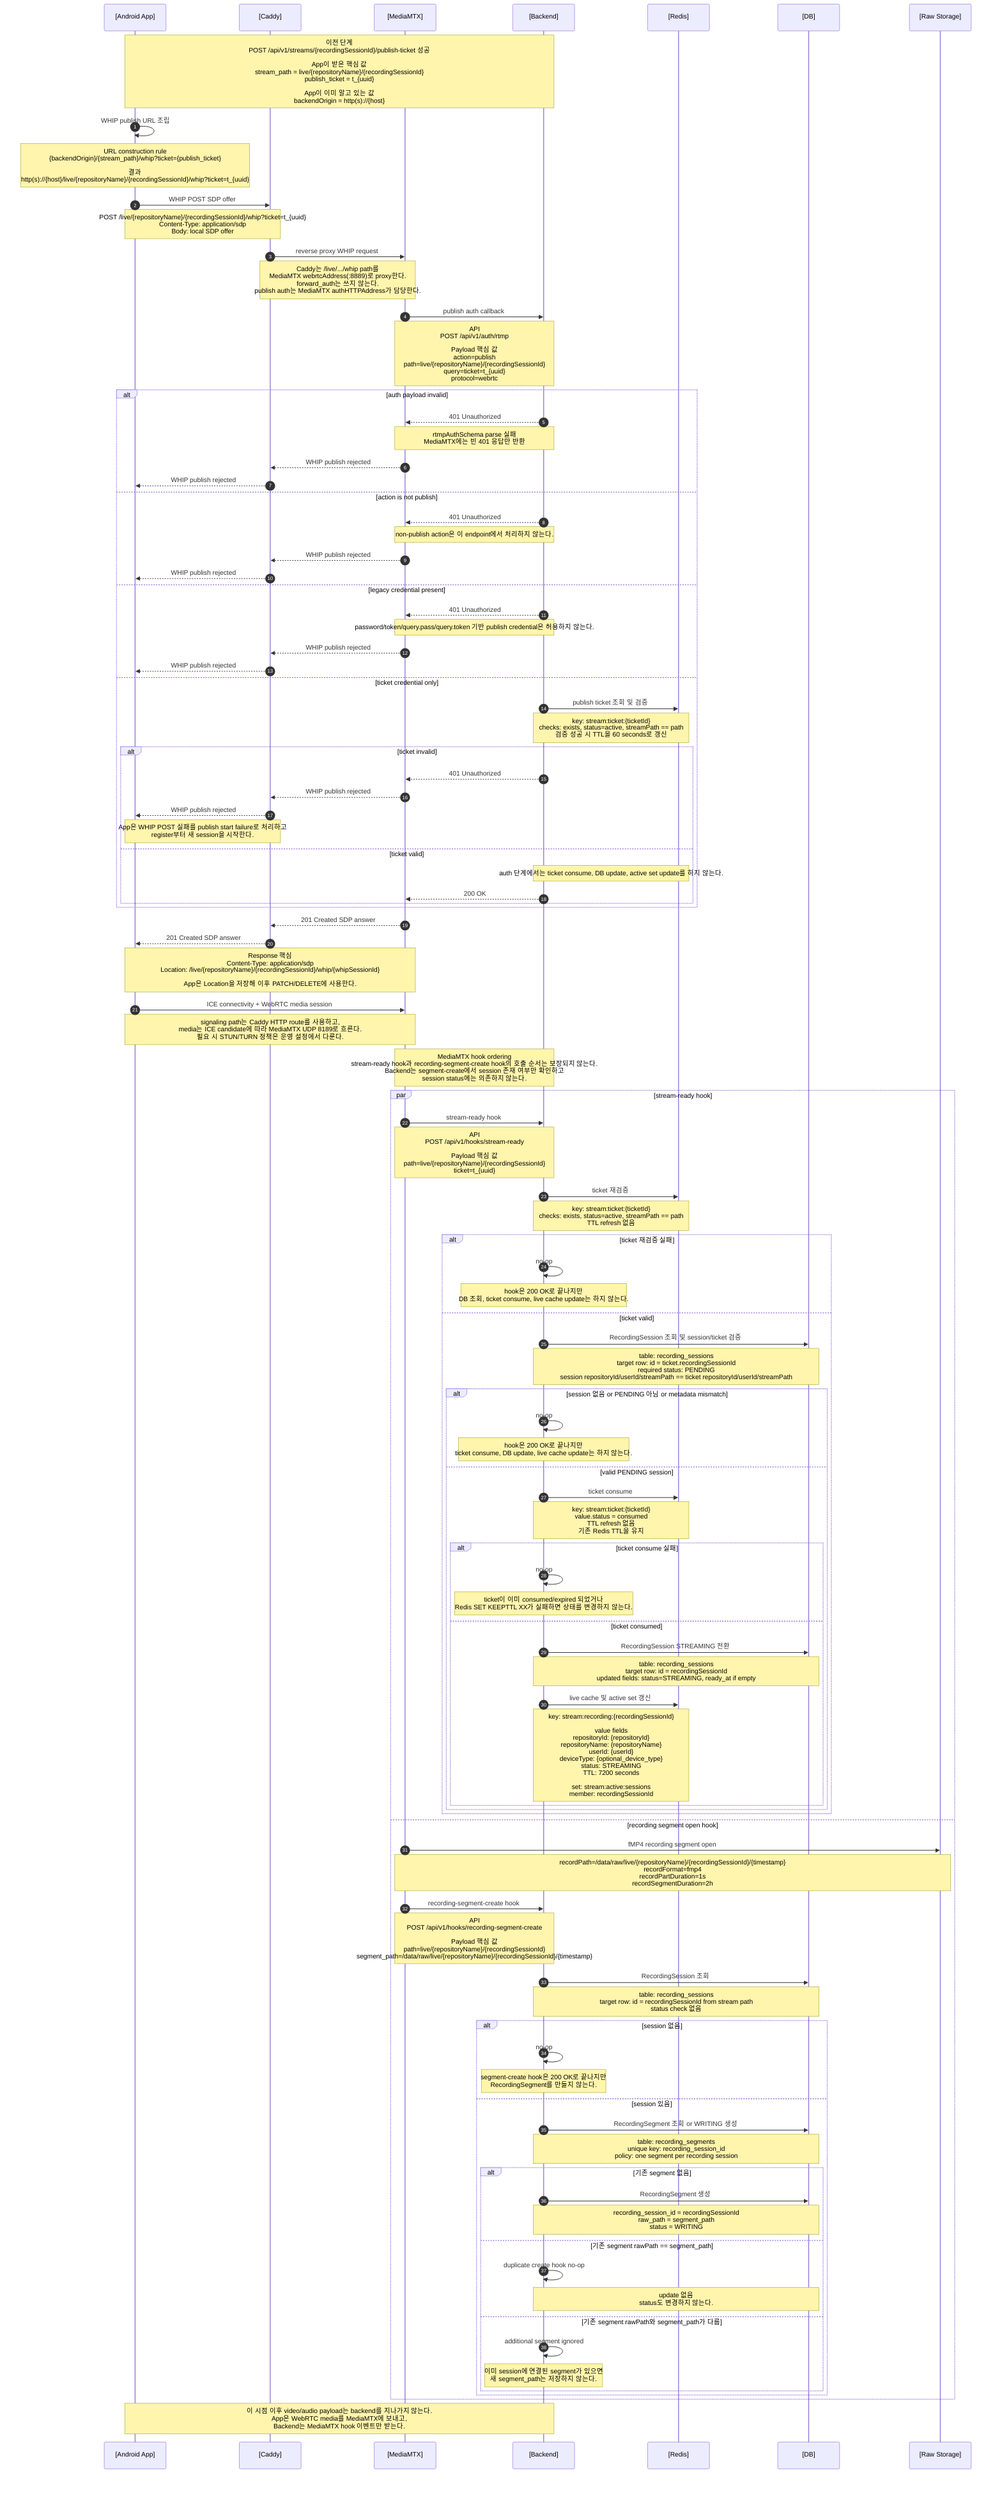
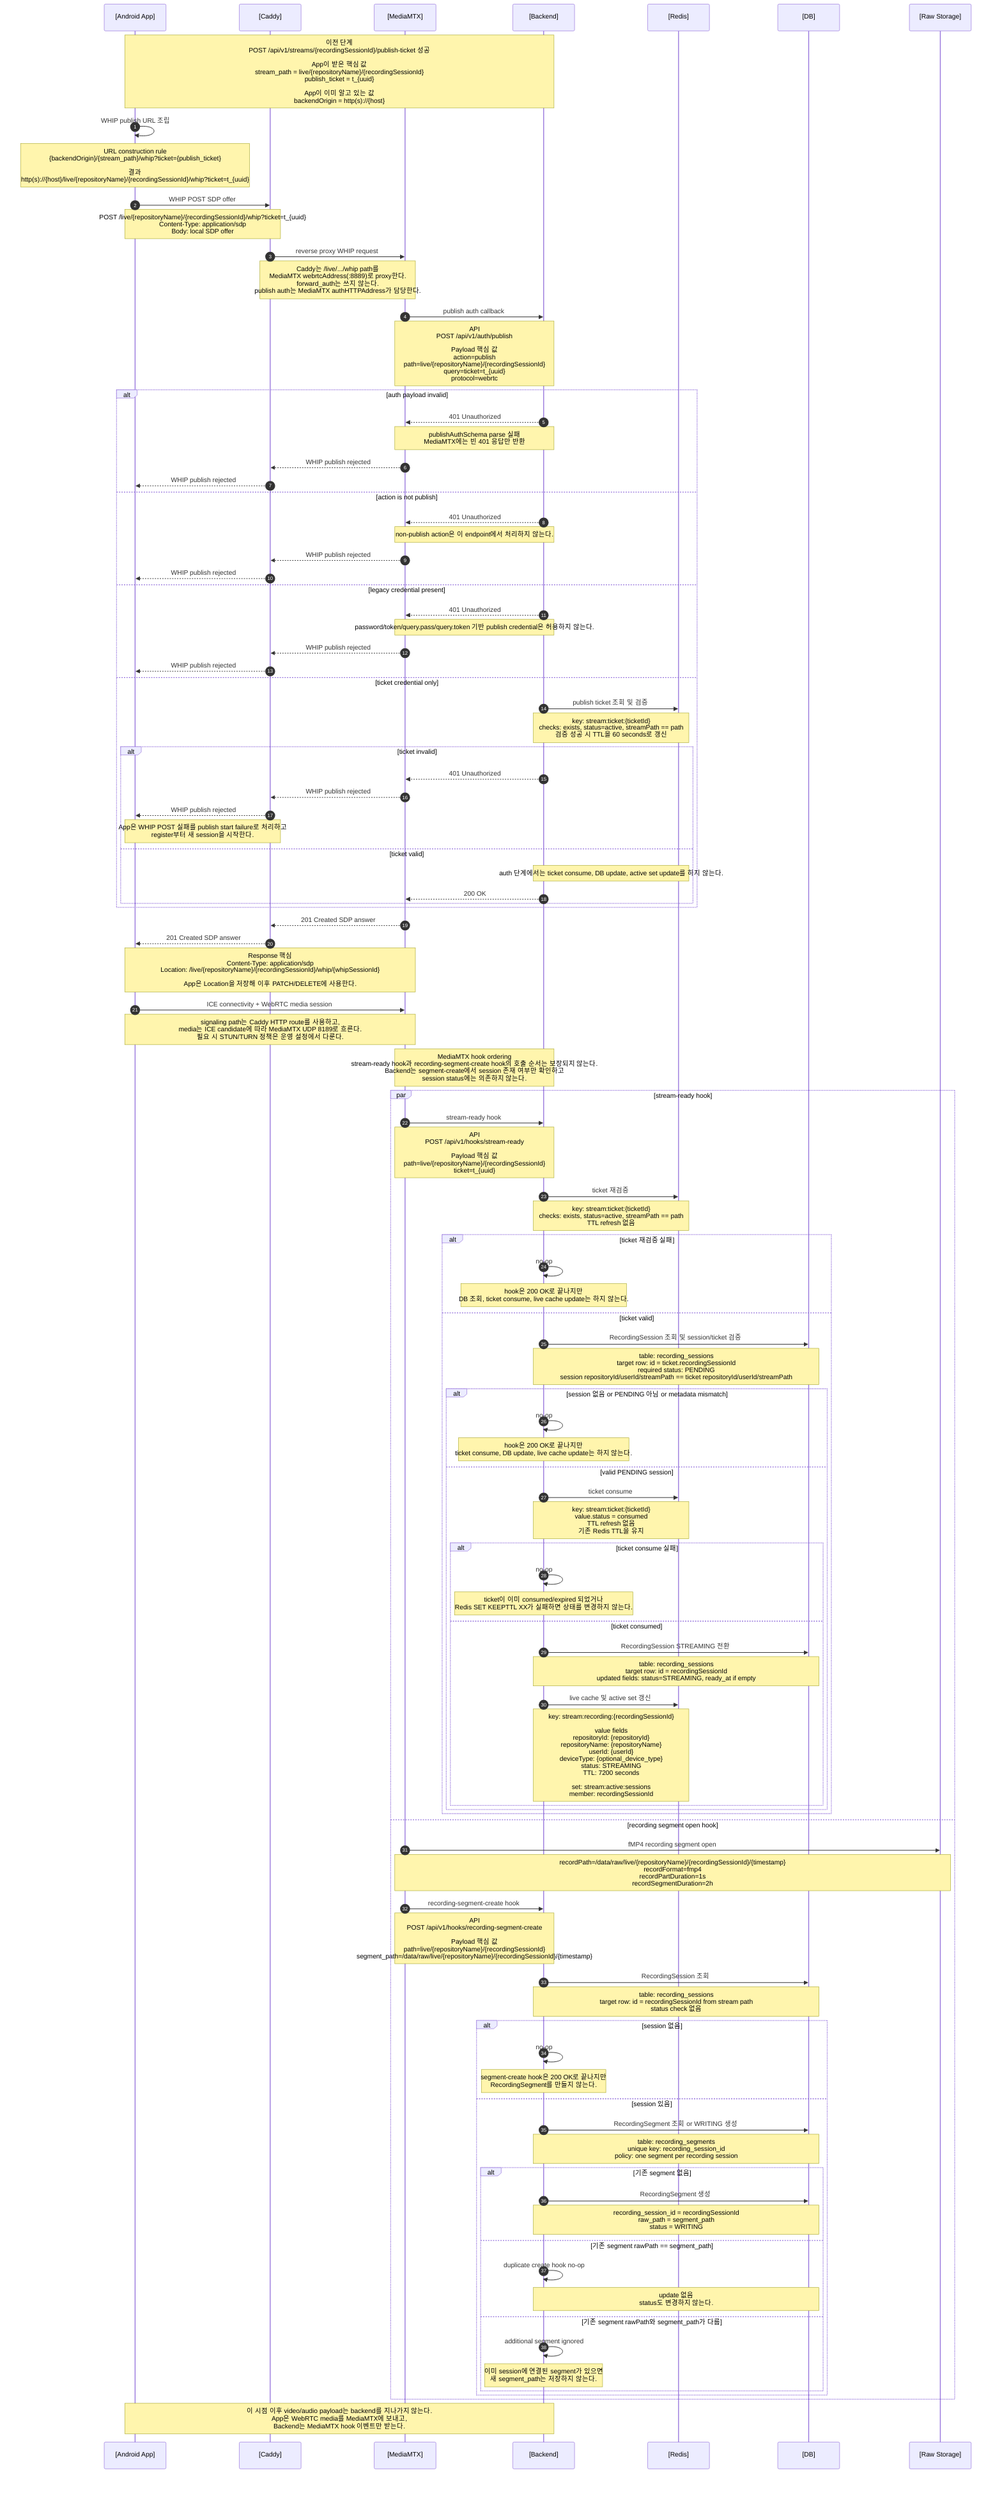
sequenceDiagram
  autonumber
  participant App as [Android App]
  participant Caddy as [Caddy]
  participant MTX as [MediaMTX]
  participant Backend as [Backend]
  participant Redis as [Redis]
  participant DB as [DB]
  participant Storage as [Raw Storage]

  Note over App,Backend: 이전 단계<br/>POST /api/v1/streams/{recordingSessionId}/publish-ticket 성공<br/><br/>App이 받은 핵심 값<br/>stream_path = live/{repositoryName}/{recordingSessionId}<br/>publish_ticket = t_{uuid}<br/><br/>App이 이미 알고 있는 값<br/>backendOrigin = http(s)://{host}

  App->>App: WHIP publish URL 조립
  Note over App: URL construction rule<br/>{backendOrigin}/{stream_path}/whip?ticket={publish_ticket}<br/><br/>결과<br/>http(s)://{host}/live/{repositoryName}/{recordingSessionId}/whip?ticket=t_{uuid}

  App->>Caddy: WHIP POST SDP offer
  Note over App,Caddy: POST /live/{repositoryName}/{recordingSessionId}/whip?ticket=t_{uuid}<br/>Content-Type: application/sdp<br/>Body: local SDP offer

  Caddy->>MTX: reverse proxy WHIP request
  Note over Caddy,MTX: Caddy는 /live/.../whip path를<br/>MediaMTX webrtcAddress(:8889)로 proxy한다.<br/>forward_auth는 쓰지 않는다.<br/>publish auth는 MediaMTX authHTTPAddress가 담당한다.

  MTX->>Backend: publish auth callback
-   Note over MTX,Backend: API<br/>POST /api/v1/auth/rtmp<br/><br/>Payload 핵심 값<br/>action=publish<br/>path=live/{repositoryName}/{recordingSessionId}<br/>query=ticket=t_{uuid}<br/>protocol=webrtc
+   Note over MTX,Backend: API<br/>POST /api/v1/auth/publish<br/><br/>Payload 핵심 값<br/>action=publish<br/>path=live/{repositoryName}/{recordingSessionId}<br/>query=ticket=t_{uuid}<br/>protocol=webrtc

  alt auth payload invalid
    Backend-->>MTX: 401 Unauthorized
-     Note over Backend,MTX: rtmpAuthSchema parse 실패<br/>MediaMTX에는 빈 401 응답만 반환
+     Note over Backend,MTX: publishAuthSchema parse 실패<br/>MediaMTX에는 빈 401 응답만 반환
    MTX-->>Caddy: WHIP publish rejected
    Caddy-->>App: WHIP publish rejected
  else action is not publish
    Backend-->>MTX: 401 Unauthorized
    Note over Backend,MTX: non-publish action은 이 endpoint에서 처리하지 않는다.
    MTX-->>Caddy: WHIP publish rejected
    Caddy-->>App: WHIP publish rejected
  else legacy credential present
    Backend-->>MTX: 401 Unauthorized
    Note over Backend,MTX: password/token/query.pass/query.token 기반 publish credential은 허용하지 않는다.
    MTX-->>Caddy: WHIP publish rejected
    Caddy-->>App: WHIP publish rejected
  else ticket credential only
    Backend->>Redis: publish ticket 조회 및 검증
    Note over Backend,Redis: key: stream:ticket:{ticketId}<br/>checks: exists, status=active, streamPath == path<br/>검증 성공 시 TTL을 60 seconds로 갱신

    alt ticket invalid
      Backend-->>MTX: 401 Unauthorized
      MTX-->>Caddy: WHIP publish rejected
      Caddy-->>App: WHIP publish rejected
      Note over App,Caddy: App은 WHIP POST 실패를 publish start failure로 처리하고<br/>register부터 새 session을 시작한다.
    else ticket valid
      Note over Backend,Redis: auth 단계에서는 ticket consume, DB update, active set update를 하지 않는다.
      Backend-->>MTX: 200 OK
    end
  end

  MTX-->>Caddy: 201 Created SDP answer
  Caddy-->>App: 201 Created SDP answer
  Note over MTX,App: Response 핵심<br/>Content-Type: application/sdp<br/>Location: /live/{repositoryName}/{recordingSessionId}/whip/{whipSessionId}<br/><br/>App은 Location을 저장해 이후 PATCH/DELETE에 사용한다.

  App->>MTX: ICE connectivity + WebRTC media session
  Note over App,MTX: signaling path는 Caddy HTTP route를 사용하고,<br/>media는 ICE candidate에 따라 MediaMTX UDP 8189로 흐른다.<br/>필요 시 STUN/TURN 정책은 운영 설정에서 다룬다.

  Note over MTX,Backend: MediaMTX hook ordering<br/>stream-ready hook과 recording-segment-create hook의 호출 순서는 보장되지 않는다.<br/>Backend는 segment-create에서 session 존재 여부만 확인하고<br/>session status에는 의존하지 않는다.

  par stream-ready hook
    MTX->>Backend: stream-ready hook
    Note over MTX,Backend: API<br/>POST /api/v1/hooks/stream-ready<br/><br/>Payload 핵심 값<br/>path=live/{repositoryName}/{recordingSessionId}<br/>ticket=t_{uuid}

    Backend->>Redis: ticket 재검증
    Note over Backend,Redis: key: stream:ticket:{ticketId}<br/>checks: exists, status=active, streamPath == path<br/>TTL refresh 없음

    alt ticket 재검증 실패
      Backend->>Backend: no-op
      Note over Backend: hook은 200 OK로 끝나지만<br/>DB 조회, ticket consume, live cache update는 하지 않는다.
    else ticket valid
      Backend->>DB: RecordingSession 조회 및 session/ticket 검증
      Note over Backend,DB: table: recording_sessions<br/>target row: id = ticket.recordingSessionId<br/>required status: PENDING<br/>session repositoryId/userId/streamPath == ticket repositoryId/userId/streamPath

      alt session 없음 or PENDING 아님 or metadata mismatch
        Backend->>Backend: no-op
        Note over Backend: hook은 200 OK로 끝나지만<br/>ticket consume, DB update, live cache update는 하지 않는다.
      else valid PENDING session
        Backend->>Redis: ticket consume
        Note over Backend,Redis: key: stream:ticket:{ticketId}<br/>value.status = consumed<br/>TTL refresh 없음<br/>기존 Redis TTL을 유지

        alt ticket consume 실패
          Backend->>Backend: no-op
          Note over Backend: ticket이 이미 consumed/expired 되었거나<br/>Redis SET KEEPTTL XX가 실패하면 상태를 변경하지 않는다.
        else ticket consumed
          Backend->>DB: RecordingSession STREAMING 전환
          Note over Backend,DB: table: recording_sessions<br/>target row: id = recordingSessionId<br/>updated fields: status=STREAMING, ready_at if empty

          Backend->>Redis: live cache 및 active set 갱신
          Note over Backend,Redis: key: stream:recording:{recordingSessionId}<br/><br/>value fields<br/>repositoryId: {repositoryId}<br/>repositoryName: {repositoryName}<br/>userId: {userId}<br/>deviceType: {optional_device_type}<br/>status: STREAMING<br/>TTL: 7200 seconds<br/><br/>set: stream:active:sessions<br/>member: recordingSessionId
        end
      end
    end
  and recording segment open hook
    MTX->>Storage: fMP4 recording segment open
    Note over MTX,Storage: recordPath=/data/raw/live/{repositoryName}/{recordingSessionId}/{timestamp}<br/>recordFormat=fmp4<br/>recordPartDuration=1s<br/>recordSegmentDuration=2h

    MTX->>Backend: recording-segment-create hook
    Note over MTX,Backend: API<br/>POST /api/v1/hooks/recording-segment-create<br/><br/>Payload 핵심 값<br/>path=live/{repositoryName}/{recordingSessionId}<br/>segment_path=/data/raw/live/{repositoryName}/{recordingSessionId}/{timestamp}

    Backend->>DB: RecordingSession 조회
    Note over Backend,DB: table: recording_sessions<br/>target row: id = recordingSessionId from stream path<br/>status check 없음

    alt session 없음
      Backend->>Backend: no-op
      Note over Backend: segment-create hook은 200 OK로 끝나지만<br/>RecordingSegment를 만들지 않는다.
    else session 있음
      Backend->>DB: RecordingSegment 조회 or WRITING 생성
      Note over Backend,DB: table: recording_segments<br/>unique key: recording_session_id<br/>policy: one segment per recording session

      alt 기존 segment 없음
        Backend->>DB: RecordingSegment 생성
        Note over Backend,DB: recording_session_id = recordingSessionId<br/>raw_path = segment_path<br/>status = WRITING
      else 기존 segment rawPath == segment_path
        Backend->>Backend: duplicate create hook no-op
        Note over Backend,DB: update 없음<br/>status도 변경하지 않는다.
      else 기존 segment rawPath와 segment_path가 다름
        Backend->>Backend: additional segment ignored
        Note over Backend: 이미 session에 연결된 segment가 있으면<br/>새 segment_path는 저장하지 않는다.
      end
    end
  end

  Note over App,Backend: 이 시점 이후 video/audio payload는 backend를 지나가지 않는다.<br/>App은 WebRTC media를 MediaMTX에 보내고,<br/>Backend는 MediaMTX hook 이벤트만 받는다.

%% 참고:
%% 이 문서는 publish-ticket 발급 이후 WHIP publish 인증, SDP offer/answer,
%% stream-ready, live cache 등록, 첫 recording segment 생성까지만 다룬다.
%% 실제 WebRTC media 전송부터 stream 종료, hook 처리, finalize enqueue까지는
%% .mermaid/4.whip-stream.mmd에서 다룬다.
%% RTMP publish 흐름은 .mermaid/3.rtmp-publish.mmd에서 따로 다룬다.
